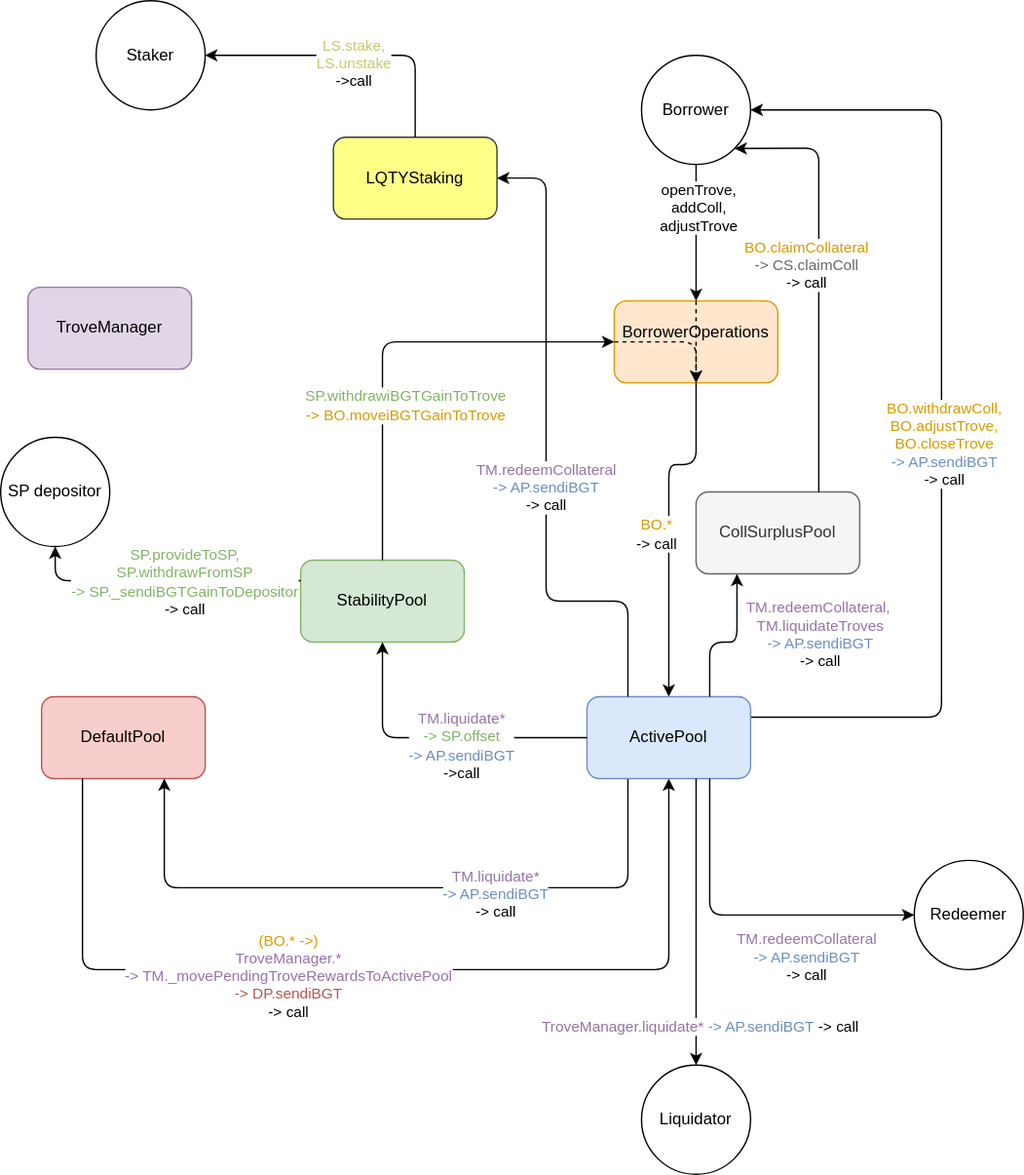
Earlier version of the draw.io export images/iBGT_flows.svg (beraborrow/package). Source tidied: cells renumbered, new cells last; positions are measured from the earlier drawing's top-left corner, leaving out a move shared by most shapes. The source it was exported from:
```xml
<mxGraphModel>
  <root>
    <mxCell id="0" />
    <mxCell id="1" parent="0" />
    <mxCell id="2" value="&lt;div&gt;TroveManager&lt;/div&gt;" style="rounded=1;whiteSpace=wrap;html=1;fillColor=#e1d5e7;strokeColor=#9673a6;" parent="1" vertex="1">
      <mxGeometry x="20" y="210" width="120" height="60" as="geometry" />
    </mxCell>
    <mxCell id="3" value="DefaultPool" style="rounded=1;whiteSpace=wrap;html=1;fillColor=#f8cecc;strokeColor=#b85450;" parent="1" vertex="1">
      <mxGeometry x="30" y="510" width="120" height="60" as="geometry" />
    </mxCell>
    <mxCell id="4" value="StabilityPool" style="rounded=1;whiteSpace=wrap;html=1;fillColor=#d5e8d4;strokeColor=#82b366;" parent="1" vertex="1">
      <mxGeometry x="220" y="410" width="120" height="60" as="geometry" />
    </mxCell>
    <mxCell id="5" value="&lt;div&gt;BorrowerOperations&lt;/div&gt;&lt;div&gt;&lt;br&gt;&lt;/div&gt;" style="rounded=1;whiteSpace=wrap;html=1;fillColor=#ffe6cc;strokeColor=#d79b00;" parent="1" vertex="1">
      <mxGeometry x="450" y="220" width="120" height="60" as="geometry" />
    </mxCell>
    <mxCell id="6" style="endArrow=classic;html=1;entryX=0.5;entryY=0;entryDx=0;entryDy=0;exitX=0.5;exitY=1;exitDx=0;exitDy=0;" parent="1" edge="1" source="5" target="20">
      <mxGeometry relative="1" as="geometry">
        <Array as="points">
          <mxPoint x="510" y="340" />
          <mxPoint x="490" y="340" />
        </Array>
      </mxGeometry>
    </mxCell>
    <mxCell id="7" value="&lt;div&gt;&lt;font color=&quot;#D79B00&quot;&gt;BO.*&lt;/font&gt;&lt;br&gt;&lt;/div&gt;&lt;div&gt;-&amp;gt; call&lt;/div&gt;" style="edgeLabel;html=1;align=center;verticalAlign=middle;" parent="6" vertex="1">
      <mxGeometry x="-0.3" y="-3" relative="1" as="geometry">
        <mxPoint x="-7" y="42" as="offset" />
      </mxGeometry>
    </mxCell>
    <mxCell id="8" style="endArrow=classic;html=1;exitX=0.5;exitY=0;exitDx=0;exitDy=0;entryX=0;entryY=0.5;entryDx=0;entryDy=0;" parent="1" edge="1" source="4" target="5">
      <mxGeometry relative="1" as="geometry">
        <Array as="points">
          <mxPoint x="280" y="250" />
        </Array>
      </mxGeometry>
    </mxCell>
    <mxCell id="9" value="&lt;font color=&quot;#82B366&quot;&gt;SP.&lt;/font&gt;&lt;font color=&quot;#82B366&quot;&gt;withdrawiBGTGainToTrove&lt;/font&gt;&lt;div&gt;&lt;font color=&quot;#D79B00&quot;&gt;-&amp;gt; BO.moveiBGTGainToTrove&lt;/font&gt;&lt;br&gt;&lt;/div&gt;" style="edgeLabel;html=1;align=center;verticalAlign=middle;" parent="8" vertex="1">
      <mxGeometry x="-0.38" y="-2" relative="1" as="geometry">
        <mxPoint x="14" y="-12" as="offset" />
      </mxGeometry>
    </mxCell>
    <mxCell id="10" value="Borrower" style="ellipse;whiteSpace=wrap;html=1;" parent="1" vertex="1">
      <mxGeometry x="470" y="40" width="80" height="80" as="geometry" />
    </mxCell>
    <mxCell id="11" style="endArrow=classic;html=1;exitX=0.5;exitY=1;exitDx=0;exitDy=0;" parent="1" edge="1" source="10" target="5">
      <mxGeometry relative="1" as="geometry" />
    </mxCell>
    <mxCell id="12" value="&lt;div&gt;openTrove,&lt;/div&gt;&lt;div&gt;addColl,&lt;/div&gt;&lt;div&gt;adjustTrove&lt;br&gt;&lt;/div&gt;" style="edgeLabel;html=1;align=center;verticalAlign=middle;" parent="11" vertex="1">
      <mxGeometry x="-0.42" y="-2" relative="1" as="geometry">
        <mxPoint x="3" y="2" as="offset" />
      </mxGeometry>
    </mxCell>
    <mxCell id="13" style="endArrow=classic;html=1;exitX=1;exitY=0.25;exitDx=0;exitDy=0;entryX=1;entryY=0.5;entryDx=0;entryDy=0;" parent="1" edge="1" source="20" target="10">
      <mxGeometry relative="1" as="geometry">
        <Array as="points">
          <mxPoint x="690" y="525" />
          <mxPoint x="690" y="80" />
        </Array>
      </mxGeometry>
    </mxCell>
    <mxCell id="14" value="&lt;div&gt;&lt;font color=&quot;#D79B00&quot;&gt;BO.withdrawColl,&lt;/font&gt;&lt;/div&gt;&lt;div&gt;&lt;font color=&quot;#D79B00&quot;&gt;BO.adjustTrove,&lt;br&gt;BO.closeTrove&lt;/font&gt;&lt;br&gt;&lt;font color=&quot;#6C8EBF&quot;&gt;-&amp;gt; AP.sendiBGT&lt;/font&gt;&lt;/div&gt;&lt;div&gt;-&amp;gt; call&lt;br&gt;&lt;/div&gt;" style="edgeLabel;html=1;align=center;verticalAlign=middle;" parent="13" vertex="1">
      <mxGeometry x="-0.24" y="-1" relative="1" as="geometry">
        <mxPoint y="-64" as="offset" />
      </mxGeometry>
    </mxCell>
    <mxCell id="15" style="endArrow=classic;html=1;exitX=0.25;exitY=1;exitDx=0;exitDy=0;entryX=0.75;entryY=1;entryDx=0;entryDy=0;" parent="1" edge="1" source="20" target="3">
      <mxGeometry relative="1" as="geometry">
        <Array as="points">
          <mxPoint x="460" y="650" />
          <mxPoint x="120" y="650" />
        </Array>
      </mxGeometry>
    </mxCell>
    <mxCell id="16" value="&lt;div&gt;&lt;font color=&quot;#9673A6&quot;&gt;TM.liquidate*&lt;/font&gt;&lt;/div&gt;&lt;div&gt;&lt;font color=&quot;#6C8EBF&quot;&gt;-&amp;gt; AP.sendiBGT&lt;/font&gt;&lt;/div&gt;&lt;div&gt;-&amp;gt; call&lt;br&gt;&lt;/div&gt;" style="edgeLabel;html=1;align=center;verticalAlign=middle;" parent="15" vertex="1">
      <mxGeometry x="-0.29" y="4" relative="1" as="geometry" />
    </mxCell>
    <mxCell id="17" style="endArrow=classic;html=1;entryX=0.5;entryY=1;entryDx=0;entryDy=0;exitX=0.25;exitY=1;exitDx=0;exitDy=0;" parent="1" edge="1" source="3" target="20">
      <mxGeometry relative="1" as="geometry">
        <Array as="points">
          <mxPoint x="60" y="710" />
          <mxPoint x="490" y="710" />
        </Array>
      </mxGeometry>
    </mxCell>
    <mxCell id="18" value="&lt;div&gt;&lt;font color=&quot;#9673A6&quot;&gt;&lt;font color=&quot;#D79B00&quot;&gt;(BO.* -&amp;gt;)&lt;/font&gt;&lt;br&gt;TroveManager.*&lt;br&gt;-&amp;gt; TM._movePendingTroveRewardsToActivePool&lt;br&gt;&lt;/font&gt;&lt;/div&gt;&lt;div&gt;&lt;font color=&quot;#B85450&quot;&gt;-&amp;gt; DP.sendiBGT&lt;/font&gt;&lt;/div&gt;&lt;div&gt;-&amp;gt; call&lt;br&gt;&lt;/div&gt;" style="edgeLabel;html=1;align=center;verticalAlign=middle;" parent="17" vertex="1">
      <mxGeometry x="-0.62" y="71" relative="1" as="geometry">
        <mxPoint x="79" y="11" as="offset" />
      </mxGeometry>
    </mxCell>
    <mxCell id="19" value="Redeemer" style="ellipse;whiteSpace=wrap;html=1;" parent="1" vertex="1">
      <mxGeometry x="670" y="630" width="80" height="80" as="geometry" />
    </mxCell>
    <mxCell id="20" value="ActivePool" style="rounded=1;whiteSpace=wrap;html=1;fillColor=#dae8fc;strokeColor=#6c8ebf;" parent="1" vertex="1">
      <mxGeometry x="430" y="510" width="120" height="60" as="geometry" />
    </mxCell>
    <mxCell id="21" value="Liquidator" style="ellipse;whiteSpace=wrap;html=1;" parent="1" vertex="1">
      <mxGeometry x="470" y="780" width="80" height="80" as="geometry" />
    </mxCell>
    <mxCell id="22" style="endArrow=classic;html=1;exitX=0.75;exitY=1;exitDx=0;exitDy=0;entryX=0;entryY=0.5;entryDx=0;entryDy=0;" parent="1" edge="1" source="20" target="19">
      <mxGeometry relative="1" as="geometry">
        <Array as="points">
          <mxPoint x="520" y="670" />
        </Array>
      </mxGeometry>
    </mxCell>
    <mxCell id="23" value="&lt;div&gt;&lt;font color=&quot;#9673A6&quot;&gt;TM.redeemCollateral&lt;/font&gt;&lt;/div&gt;&lt;div&gt;&lt;font color=&quot;#6C8EBF&quot;&gt;-&amp;gt; AP.sendiBGT&lt;/font&gt;&lt;/div&gt;&lt;div&gt;-&amp;gt; call&lt;br&gt;&lt;/div&gt;" style="edgeLabel;html=1;align=center;verticalAlign=middle;" parent="22" vertex="1">
      <mxGeometry x="-0.35" y="4" relative="1" as="geometry">
        <mxPoint x="66" y="49" as="offset" />
      </mxGeometry>
    </mxCell>
    <mxCell id="24" value="SP depositor" style="ellipse;whiteSpace=wrap;html=1;" parent="1" vertex="1">
      <mxGeometry y="320" width="80" height="80" as="geometry" />
    </mxCell>
    <mxCell id="25" style="endArrow=classic;html=1;exitX=0;exitY=0.25;exitDx=0;exitDy=0;entryX=0.5;entryY=1;entryDx=0;entryDy=0;" parent="1" edge="1" source="4" target="24">
      <mxGeometry relative="1" as="geometry">
        <Array as="points">
          <mxPoint x="40" y="425" />
        </Array>
      </mxGeometry>
    </mxCell>
    <mxCell id="26" value="&lt;font color=&quot;#666666&quot;&gt;&lt;font color=&quot;#82B366&quot;&gt;SP.provideToSP,&lt;/font&gt;&lt;br&gt;&lt;/font&gt;&lt;div&gt;&lt;font color=&quot;#82B366&quot;&gt;SP.withdrawFromSP&lt;/font&gt;&lt;/div&gt;&lt;div&gt;&lt;font color=&quot;#82B366&quot;&gt;-&amp;gt; SP._sendiBGTGainToDepositor&lt;br&gt;&lt;/font&gt;&lt;/div&gt;&lt;div&gt;-&amp;gt; call&lt;br&gt;&lt;/div&gt;" style="edgeLabel;html=1;align=center;verticalAlign=middle;" parent="25" vertex="1">
      <mxGeometry x="0.26" relative="1" as="geometry">
        <mxPoint x="43" as="offset" />
      </mxGeometry>
    </mxCell>
    <mxCell id="27" style="endArrow=classic;html=1;entryX=0.5;entryY=1;entryDx=0;entryDy=0;exitX=0;exitY=0.5;exitDx=0;exitDy=0;" parent="1" edge="1" source="20" target="4">
      <mxGeometry relative="1" as="geometry">
        <Array as="points">
          <mxPoint x="280" y="540" />
        </Array>
      </mxGeometry>
    </mxCell>
    <mxCell id="28" value="&lt;div&gt;&lt;font color=&quot;#9673A6&quot;&gt;TM.liquidate*&lt;/font&gt;&lt;/div&gt;&lt;div&gt;&lt;font color=&quot;#82B366&quot;&gt;-&amp;gt; SP.offset&lt;/font&gt;&lt;/div&gt;&lt;div&gt;&lt;font color=&quot;#6C8EBF&quot;&gt;-&amp;gt; AP.sendiBGT&lt;/font&gt;&lt;/div&gt;&lt;div&gt;-&amp;gt;call&lt;br&gt;&lt;/div&gt;" style="edgeLabel;html=1;align=center;verticalAlign=middle;" parent="27" vertex="1">
      <mxGeometry x="0.33" y="-1" relative="1" as="geometry">
        <mxPoint x="53" y="6" as="offset" />
      </mxGeometry>
    </mxCell>
    <mxCell id="29" style="endArrow=classic;html=1;exitX=0.667;exitY=1;exitDx=0;exitDy=0;exitPerimeter=0;entryX=0.5;entryY=0;entryDx=0;entryDy=0;" parent="1" edge="1" source="20" target="21">
      <mxGeometry relative="1" as="geometry" />
    </mxCell>
    <mxCell id="30" value="&lt;font color=&quot;#9673A6&quot;&gt;TroveManager.liquidate*&lt;/font&gt; &lt;font color=&quot;#6C8EBF&quot;&gt;-&amp;gt; AP.sendiBGT&lt;/font&gt;&amp;nbsp;-&amp;gt; call" style="edgeLabel;html=1;align=center;verticalAlign=middle;" parent="29" vertex="1">
      <mxGeometry x="0.72" y="2" relative="1" as="geometry" />
    </mxCell>
    <mxCell id="31" value="CollSurplusPool" style="rounded=1;whiteSpace=wrap;html=1;fillColor=#f5f5f5;strokeColor=#666666;fontColor=#333333;" parent="1" vertex="1">
      <mxGeometry x="510" y="360" width="120" height="60" as="geometry" />
    </mxCell>
    <mxCell id="32" style="endArrow=classic;html=1;exitX=0.75;exitY=0;exitDx=0;exitDy=0;entryX=1;entryY=1;entryDx=0;entryDy=0;" parent="1" edge="1" source="31" target="10">
      <mxGeometry relative="1" as="geometry">
        <Array as="points">
          <mxPoint x="600" y="108" />
        </Array>
      </mxGeometry>
    </mxCell>
    <mxCell id="33" value="&lt;font color=&quot;#D79B00&quot;&gt;BO.claimCollateral&lt;/font&gt;&lt;br&gt;&lt;font color=&quot;#666666&quot;&gt;-&amp;gt; CS.claimColl&lt;/font&gt;&lt;br&gt;-&amp;gt; call" style="edgeLabel;html=1;align=center;verticalAlign=middle;" parent="32" vertex="1">
      <mxGeometry x="0.22" y="-4" relative="1" as="geometry">
        <mxPoint x="-14" y="25" as="offset" />
      </mxGeometry>
    </mxCell>
    <mxCell id="34" style="endArrow=classic;html=1;exitX=0.75;exitY=0;exitDx=0;exitDy=0;entryX=0.25;entryY=1;entryDx=0;entryDy=0;" parent="1" edge="1" source="20" target="31">
      <mxGeometry relative="1" as="geometry">
        <Array as="points">
          <mxPoint x="520" y="470" />
          <mxPoint x="540" y="470" />
        </Array>
      </mxGeometry>
    </mxCell>
    <mxCell id="35" value="&lt;div&gt;&lt;font color=&quot;#9673A6&quot;&gt;TM.redeemCollateral,&amp;nbsp;&lt;br&gt;&lt;/font&gt;&lt;span style=&quot;color: rgb(150 , 115 , 166)&quot;&gt;TM.liquidateTroves&lt;/span&gt;&lt;/div&gt;&lt;div&gt;&lt;div&gt;&lt;font color=&quot;#6C8EBF&quot;&gt;-&amp;gt; AP.sendiBGT&lt;/font&gt;&lt;/div&gt;&lt;div&gt;-&amp;gt; call&lt;br&gt;&lt;/div&gt;&lt;/div&gt;&lt;div&gt;&lt;div&gt;&lt;br&gt;&lt;/div&gt;&lt;/div&gt;" style="edgeLabel;html=1;align=center;verticalAlign=middle;" parent="34" vertex="1">
      <mxGeometry x="0.4" y="3" relative="1" as="geometry">
        <mxPoint x="63" y="17" as="offset" />
      </mxGeometry>
    </mxCell>
    <mxCell id="36" style="endArrow=classic;html=1;exitX=0.5;exitY=0;exitDx=0;exitDy=0;dashed=1;" parent="1" edge="1" source="5">
      <mxGeometry relative="1" as="geometry">
        <mxPoint x="510" y="280" as="targetPoint" />
      </mxGeometry>
    </mxCell>
    <mxCell id="37" style="endArrow=classic;html=1;dashed=1;entryX=0.5;entryY=1;entryDx=0;entryDy=0;exitX=0;exitY=0.5;exitDx=0;exitDy=0;" parent="1" edge="1" source="5" target="5">
      <mxGeometry relative="1" as="geometry">
        <Array as="points">
          <mxPoint x="510" y="250" />
        </Array>
      </mxGeometry>
    </mxCell>
    <mxCell id="38" value="Staker" style="ellipse;whiteSpace=wrap;html=1;" parent="1" vertex="1">
      <mxGeometry x="70" width="80" height="80" as="geometry" />
    </mxCell>
    <mxCell id="39" value="LQTYStaking" style="rounded=1;whiteSpace=wrap;html=1;fillColor=#ffff88;strokeColor=#36393d;" parent="1" vertex="1">
      <mxGeometry x="244" y="100" width="120" height="60" as="geometry" />
    </mxCell>
    <mxCell id="40" style="endArrow=classic;html=1;exitX=0.25;exitY=0;exitDx=0;exitDy=0;entryX=1;entryY=0.5;entryDx=0;entryDy=0;" parent="1" edge="1" source="20" target="39">
      <mxGeometry relative="1" as="geometry">
        <Array as="points">
          <mxPoint x="460" y="440" />
          <mxPoint x="400" y="440" />
          <mxPoint x="400" y="130" />
        </Array>
      </mxGeometry>
    </mxCell>
    <mxCell id="41" value="&lt;div&gt;&lt;font color=&quot;#9673A6&quot;&gt;TM.redeemCollateral&lt;/font&gt;&lt;/div&gt;&lt;div&gt;&lt;font color=&quot;#6C8EBF&quot;&gt;-&amp;gt; AP.sendiBGT&lt;/font&gt;&lt;/div&gt;&lt;div&gt;-&amp;gt; call&lt;br&gt;&lt;/div&gt;" style="edgeLabel;html=1;align=center;verticalAlign=middle;" parent="40" vertex="1">
      <mxGeometry x="-0.1" y="1" relative="1" as="geometry" />
    </mxCell>
    <mxCell id="42" style="endArrow=classic;html=1;exitX=0.5;exitY=0;exitDx=0;exitDy=0;entryX=1;entryY=0.5;entryDx=0;entryDy=0;" parent="1" edge="1" source="39" target="38">
      <mxGeometry relative="1" as="geometry">
        <Array as="points">
          <mxPoint x="304" y="40" />
        </Array>
      </mxGeometry>
    </mxCell>
    <mxCell id="43" value="&lt;font color=&quot;#C7C76A&quot;&gt;LS.stake,&lt;br&gt;LS.unstake&lt;/font&gt;&lt;br&gt;-&amp;gt;call" style="edgeLabel;html=1;align=center;verticalAlign=middle;" parent="42" vertex="1">
      <mxGeometry x="-0.01" y="5" relative="1" as="geometry" />
    </mxCell>
  </root>
</mxGraphModel>
```
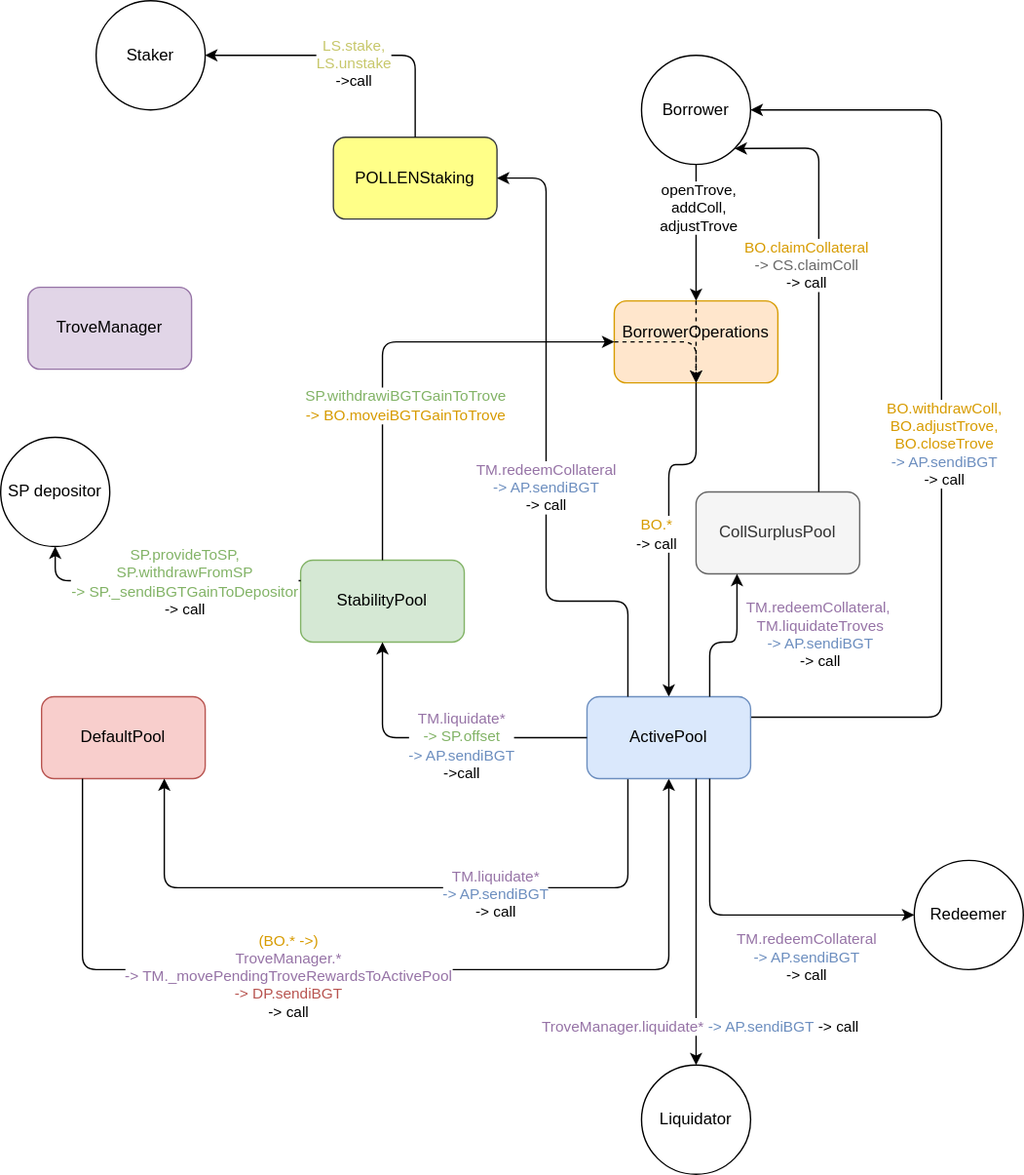
Later version of the same file.

What changed in the source:
```diff
@@ -184,7 +184,7 @@
     <mxCell id="38" value="Staker" style="ellipse;whiteSpace=wrap;html=1;" parent="1" vertex="1">
       <mxGeometry x="70" width="80" height="80" as="geometry" />
     </mxCell>
-    <mxCell id="39" value="LQTYStaking" style="rounded=1;whiteSpace=wrap;html=1;fillColor=#ffff88;strokeColor=#36393d;" parent="1" vertex="1">
+    <mxCell id="39" value="POLLENStaking" style="rounded=1;whiteSpace=wrap;html=1;fillColor=#ffff88;strokeColor=#36393d;" parent="1" vertex="1">
       <mxGeometry x="244" y="100" width="120" height="60" as="geometry" />
     </mxCell>
     <mxCell id="40" style="endArrow=classic;html=1;exitX=0.25;exitY=0;exitDx=0;exitDy=0;entryX=1;entryY=0.5;entryDx=0;entryDy=0;" parent="1" edge="1" source="20" target="39">
```
